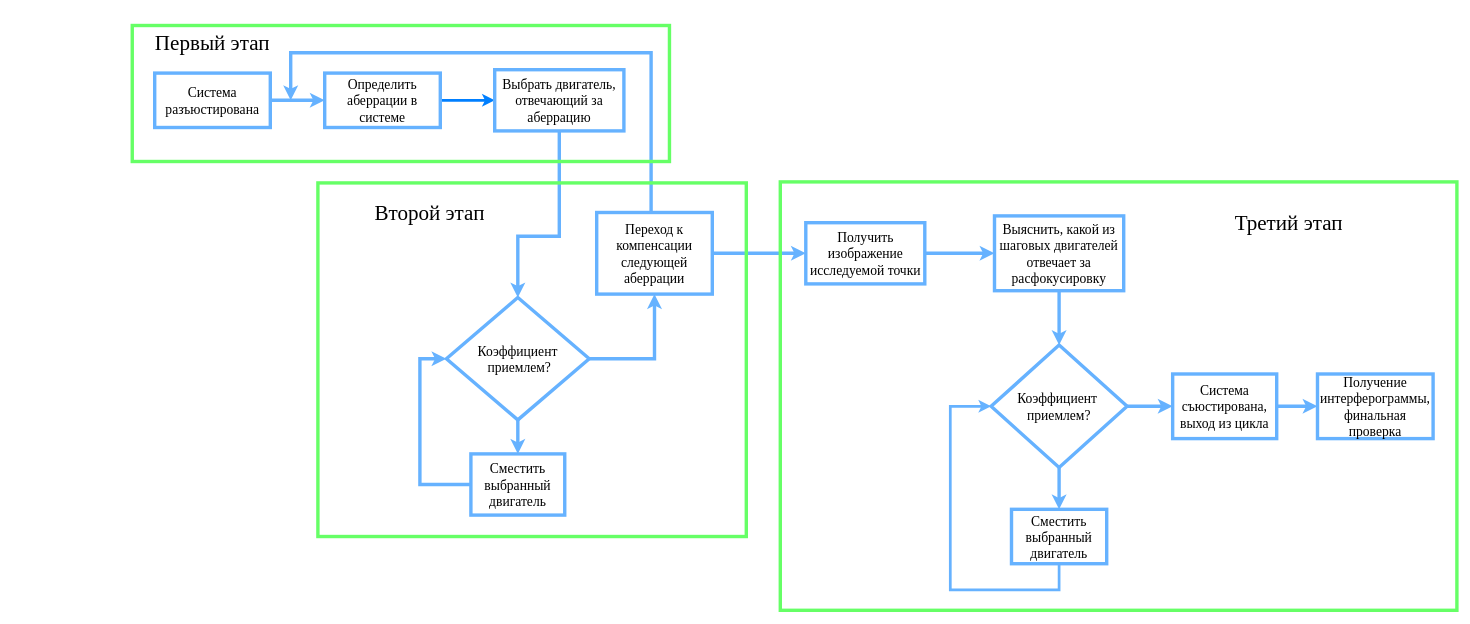
Before: алг.drawio in Armore27/learning, a draw.io diagram. Source tidied: cells renumbered, new cells numbered last; positions are measured from the earlier drawing's top-left corner, leaving out a move shared by most shapes. Both pictures are drawn from the tidied source at 68%, with x=0, y=0 at pixel (12, 18).
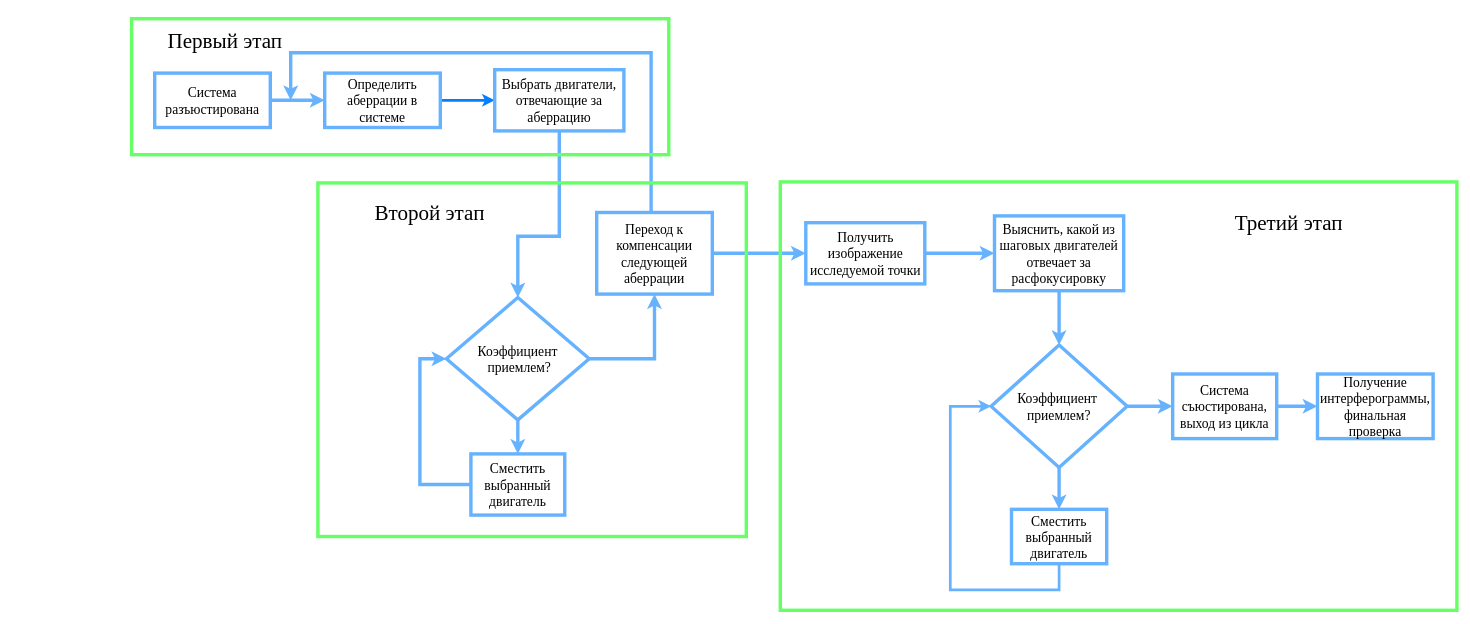
Above is the later version.

What changed in the source:
```diff
@@
-    <mxCell id="7" value="&lt;font style=&quot;font-size: 20px&quot; face=&quot;Times New Roman&quot;&gt;Выбрать двигатель, отвечающий за аберрацию&lt;/font&gt;" style="rounded=0;whiteSpace=wrap;html=1;strokeColor=#66B2FF;strokeWidth=5;" parent="1" vertex="1">
+    <mxCell id="7" value="&lt;font style=&quot;font-size: 20px&quot; face=&quot;Times New Roman&quot;&gt;Выбрать двигатели, отвечающие за аберрацию&lt;/font&gt;" style="rounded=0;whiteSpace=wrap;html=1;strokeColor=#66B2FF;strokeWidth=5;" parent="1" vertex="1">
       <mxGeometry x="710" y="75" width="190" height="90" as="geometry" />
     </mxCell>
@@
     <mxCell id="30" value="&lt;font style=&quot;font-size: 31px&quot; face=&quot;Times New Roman&quot;&gt;Первый этап&lt;/font&gt;" style="text;html=1;strokeColor=none;fillColor=none;align=center;verticalAlign=middle;whiteSpace=wrap;rounded=0;" parent="1" vertex="1">
-      <mxGeometry width="590" height="70" as="geometry" />
+      <mxGeometry x="157" y="-10" width="313" height="85" as="geometry" />
     </mxCell>
@@
     <mxCell id="33" style="rounded=0;whiteSpace=wrap;html=1;strokeColor=#66FF66;strokeWidth=5;fillColor=none;" parent="1" vertex="1">
-      <mxGeometry x="177" y="10" width="790" height="200" as="geometry" />
+      <mxGeometry x="176" width="790" height="200" as="geometry" />
     </mxCell>
```
